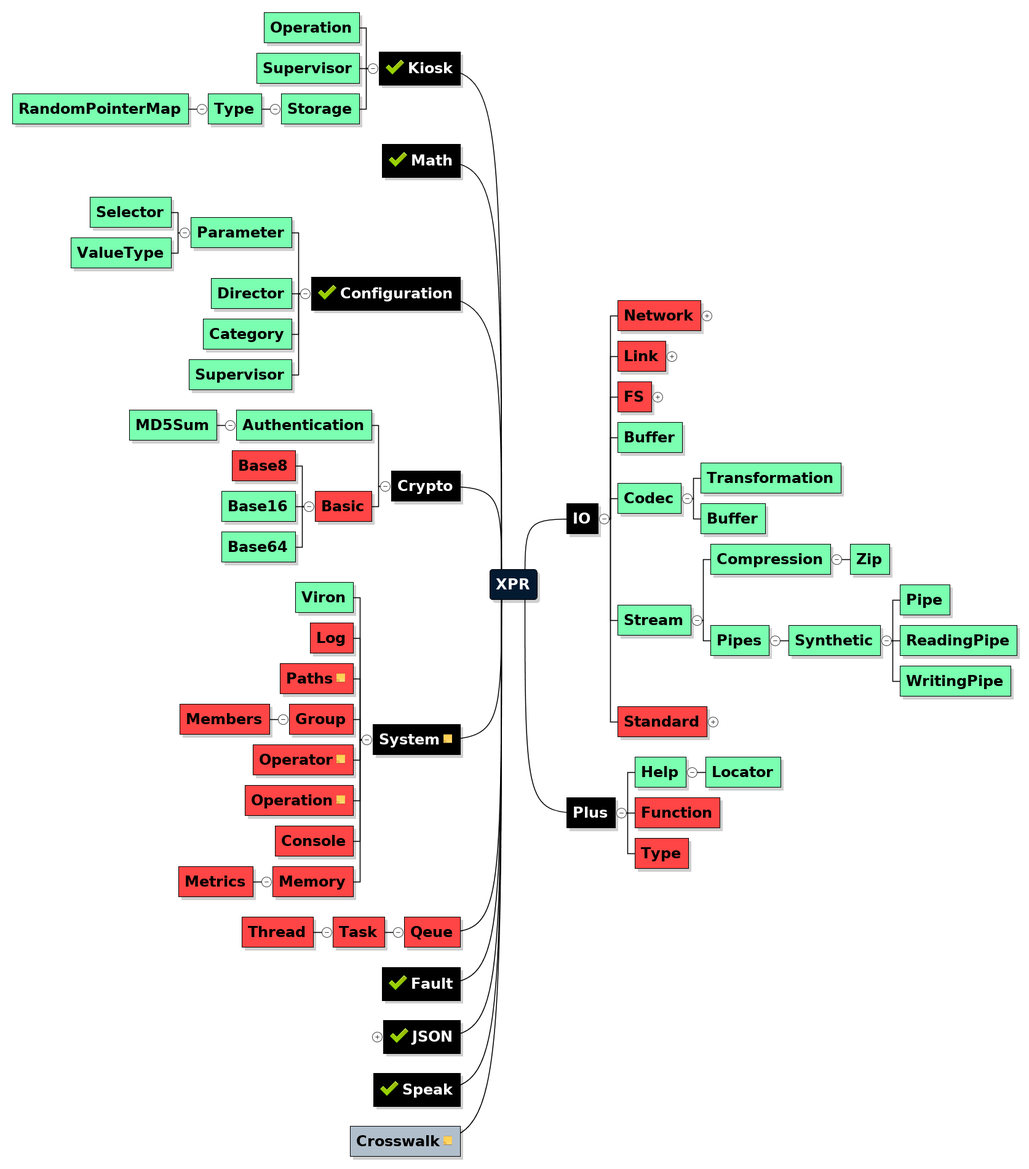
Before: XPR-MAP.png, a diagram exported from Mermaid (hypersoft/XPR). Its source is kept beside it as XPR-MAP.mmd. The source it was exported from:
```mermaid
Mind Map generated by NB MindMap plugin
> __version__=`1.1`
---

# XPR

## Kiosk
> fillColor=`#000000`,leftSide=`true`,mmd.emoticon=`tick`,textColor=`#FFFFFF`


### Operation
> fillColor=`#7BFFB0`,textColor=`#000000`


### Supervisor
> fillColor=`#7BFFB0`,textColor=`#000000`


### Storage
> fillColor=`#7BFFB0`,textColor=`#000000`


#### Type
> fillColor=`#7BFFB0`,textColor=`#000000`


##### RandomPointerMap
> fillColor=`#7BFFB0`,textColor=`#000000`


## Math
> fillColor=`#000000`,leftSide=`true`,mmd.emoticon=`tick`,textColor=`#FFFFFF`


## Configuration
> fillColor=`#000000`,leftSide=`true`,mmd.emoticon=`tick`,textColor=`#FFFFFF`


### Parameter
> fillColor=`#7BFFB0`,textColor=`#000000`


#### Selector
> fillColor=`#7BFFB0`,textColor=`#000000`


#### ValueType
> fillColor=`#7BFFB0`,textColor=`#000000`


### Director
> fillColor=`#7BFFB0`,textColor=`#000000`


### Category
> fillColor=`#7BFFB0`,textColor=`#000000`


### Supervisor
> fillColor=`#7BFFB0`,textColor=`#000000`


## IO
> fillColor=`#000000`,textColor=`#FFFFFF`


### Network
> collapsed=`true`,fillColor=`#FF4545`


#### DNS
> fillColor=`#FF4545`


#### Connection
> collapsed=`true`,fillColor=`#FF4545`


##### Protocol
> collapsed=`true`,fillColor=`#FF4545`


###### TCP
> fillColor=`#FF4545`


###### UDP
> fillColor=`#FF4545`


#### Services
> collapsed=`true`,fillColor=`#FF4545`


##### HTTP
> collapsed=`true`,fillColor=`#FF4545`


###### Server
> fillColor=`#FF4545`


###### Client
> fillColor=`#FF4545`


#### Proxy
> fillColor=`#FF4545`


#### Socket
> collapsed=`true`,fillColor=`#FF4545`


##### Port
> fillColor=`#FF4545`


### Link
> collapsed=`true`,fillColor=`#FF4545`


#### URI
> collapsed=`true`,fillColor=`#FF4545`


#### URL
> collapsed=`true`,fillColor=`#FF4545`


#### URN
> fillColor=`#FF4545`


### FS
> collapsed=`true`,fillColor=`#FF4545`


#### Director
> fillColor=`#FF4545`


#### Supervisor
> collapsed=`true`,fillColor=`#FF4545`


##### Metrics
> fillColor=`#FF4545`


##### Ownership
> fillColor=`#FF4545`


##### Permissions
> fillColor=`#FF4545`


#### File
> fillColor=`#FF4545`


#### Directory
> fillColor=`#FF4545`


#### Package
> collapsed=`true`,fillColor=`#FF4545`


##### Tar
> collapsed=`true`,fillColor=`#FF4545`


### Buffer
> collapsed=`true`,fillColor=`#7BFFB0`


### Codec
> fillColor=`#7BFFB0`,textColor=`#000000`,topicLinkUID=`160518EA664A`


#### Transformation
> fillColor=`#7BFFB0`,textColor=`#000000`


#### Buffer
> fillColor=`#7BFFB0`,textColor=`#000000`


### Stream
> fillColor=`#7BFFB0`


#### Compression
> fillColor=`#7BFFB0`


##### Zip
> collapsed=`true`,fillColor=`#7BFFB0`


#### Pipes
> fillColor=`#7BFFB0`


##### Synthetic
> fillColor=`#7BFFB0`


###### Pipe
> fillColor=`#7BFFB0`


###### ReadingPipe
> fillColor=`#7BFFB0`


###### WritingPipe
> fillColor=`#7BFFB0`


### Standard
> collapsed=`true`,fillColor=`#FF4545`,textColor=`#000000`


#### Channel
> collapsed=`true`,fillColor=`#FF4545`

- NOTE
<pre>formerly Descriptor</pre>

#### Pipe
> fillColor=`#FF4545`,textColor=`#000000`


#### FIFO
> fillColor=`#FF4545`,textColor=`#000000`


## Crypto
> fillColor=`#000000`,leftSide=`true`,textColor=`#FFFFFF`


### Authentication
> fillColor=`#7BFFB0`


#### MD5Sum
> collapsed=`true`,fillColor=`#7BFFB0`


### Basic
> fillColor=`#FF4545`


#### Base8
> collapsed=`true`,fillColor=`#FF4545`


#### Base16
> collapsed=`true`,fillColor=`#7BFFB0`


#### Base64
> collapsed=`true`,fillColor=`#7BFFB0`


## System
> fillColor=`#000000`,leftSide=`true`,textColor=`#FFFFFF`

- NOTE
<pre>To provide multi-system-support, XPR will employ system name configuration files.

Theory of Operation

XPR will mandate that the system configuration file be provided by the system.
So XPR creates a cross-platform-configuration-file-standard; Which other software
systems can use to perform their own cross-platform-operations with their own libraries.

When the XPR.System class boots [@&lt;cinit&gt;], the class will load the system
configuration file, if found, if not found, XPR will load a generic unix file,
or a generic windows file, from its own package and will signal a fault on, the
standard error=fault handle, or system-log for the lack of a
custom-system-constant-values-convention.

For any system-value that is not constant, there must be a get/set accessor.
</pre>

### Viron
> collapsed=`true`,fillColor=`#7BFFB0`


### Log
> fillColor=`#FF4545`


### Paths
> fillColor=`#FF4545`,textColor=`#000000`

- NOTE
<pre>The System Paths

Main Application Directory [unix: /bin]
Main Library Directory [unix: /lib]
Main System Application Configuration Files Directory [unix: /etc]

Temporary Filing Directory</pre>

### Group
> fillColor=`#FF4545`,textColor=`#000000`


#### Members
> fillColor=`#FF4545`,textColor=`#000000`


### Operator
> fillColor=`#FF4545`,textColor=`#000000`

- NOTE
<pre>formerly User</pre>

### Operation
> fillColor=`#FF4545`

- NOTE
<pre>formerly Process</pre>

### Console
> fillColor=`#FF4545`


### Memory
> fillColor=`#FF4545`


#### Metrics
> fillColor=`#FF4545`


## Plus
> fillColor=`#000000`,textColor=`#FFFFFF`


### Help
> fillColor=`#7BFFB0`,textColor=`#000000`


#### Locator
> fillColor=`#7BFFB0`,textColor=`#000000`


### Function
> fillColor=`#FF4545`,textColor=`#000000`


### Type
> fillColor=`#FF4545`,textColor=`#000000`


## Qeue
> fillColor=`#FF4545`,leftSide=`true`


### Task
> fillColor=`#FF4545`


#### Thread
> fillColor=`#FF4545`


## Fault
> fillColor=`#000000`,leftSide=`true`,mmd.emoticon=`tick`,textColor=`#FFFFFF`


## JSON
> collapsed=`true`,fillColor=`#000000`,leftSide=`true`,mmd.emoticon=`tick`,textColor=`#FFFFFF`


### Builder
> fillColor=`#7BFFB0`,textColor=`#000000`


### Compiler
> fillColor=`#7BFFB0`,textColor=`#000000`


### Composer
> fillColor=`#7BFFB0`,textColor=`#000000`


### Plus
> fillColor=`#7BFFB0`,textColor=`#000000`


#### Cookie
> fillColor=`#7BFFB0`,textColor=`#000000`


##### Batch
> fillColor=`#7BFFB0`,textColor=`#000000`


#### CSV
> fillColor=`#7BFFB0`,textColor=`#000000`


#### HTTP
> fillColor=`#7BFFB0`,textColor=`#000000`


##### Compiler
> fillColor=`#7BFFB0`,textColor=`#000000`


#### XML
> fillColor=`#7BFFB0`,textColor=`#000000`


##### Compiler
> fillColor=`#7BFFB0`,textColor=`#000000`


##### Kit
> fillColor=`#7BFFB0`,textColor=`#000000`


### Serialization
> fillColor=`#7BFFB0`,textColor=`#000000`


### Type
> fillColor=`#7BFFB0`,textColor=`#000000`


#### Path
> fillColor=`#7BFFB0`,textColor=`#000000`


##### Builder
> fillColor=`#7BFFB0`,textColor=`#000000`


#### Variant
> fillColor=`#7BFFB0`,textColor=`#000000`


##### Null
> fillColor=`#7BFFB0`,textColor=`#000000`


#### VariantList
> fillColor=`#7BFFB0`,textColor=`#000000`


## Speak
> fillColor=`#000000`,leftSide=`true`,mmd.emoticon=`tick`,textColor=`#FFFFFF`


## Crosswalk
> leftSide=`true`

- NOTE
<pre>JNI Library Loading</pre>
```
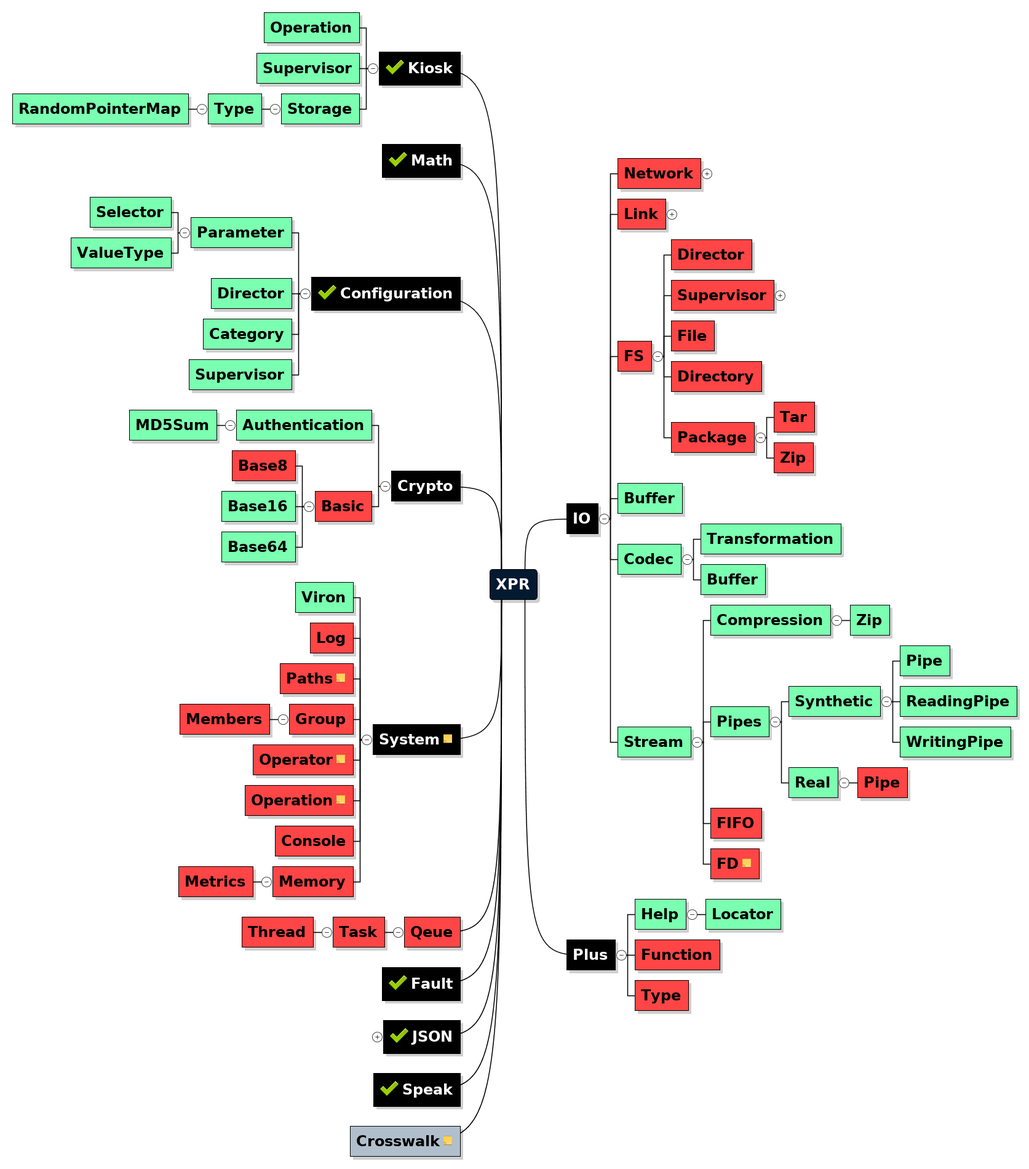
The same file after the commit.

Change to the diagram source:
```diff
@@ -133,7 +133,7 @@
 
 
 ### FS
-> collapsed=`true`,fillColor=`#FF4545`
+> fillColor=`#FF4545`
 
 
 #### Director
@@ -165,11 +165,15 @@
 
 
 #### Package
-> collapsed=`true`,fillColor=`#FF4545`
+> fillColor=`#FF4545`
 
 
 ##### Tar
 > collapsed=`true`,fillColor=`#FF4545`
+
+
+##### Zip
+> fillColor=`#FF4545`
 
 
 ### Buffer
@@ -220,23 +224,23 @@
 > fillColor=`#7BFFB0`
 
 
-### Standard
-> collapsed=`true`,fillColor=`#FF4545`,textColor=`#000000`
+##### Real
+> fillColor=`#7BFFB0`
 
 
-#### Channel
-> collapsed=`true`,fillColor=`#FF4545`
-
-- NOTE
-<pre>formerly Descriptor</pre>
-
-#### Pipe
+###### Pipe
 > fillColor=`#FF4545`,textColor=`#000000`
 
 
 #### FIFO
 > fillColor=`#FF4545`,textColor=`#000000`
 
+
+#### FD
+> collapsed=`true`,fillColor=`#FF4545`
+
+- NOTE
+<pre>formerly Descriptor</pre>
 
 ## Crypto
 > fillColor=`#000000`,leftSide=`true`,textColor=`#FFFFFF`
```
